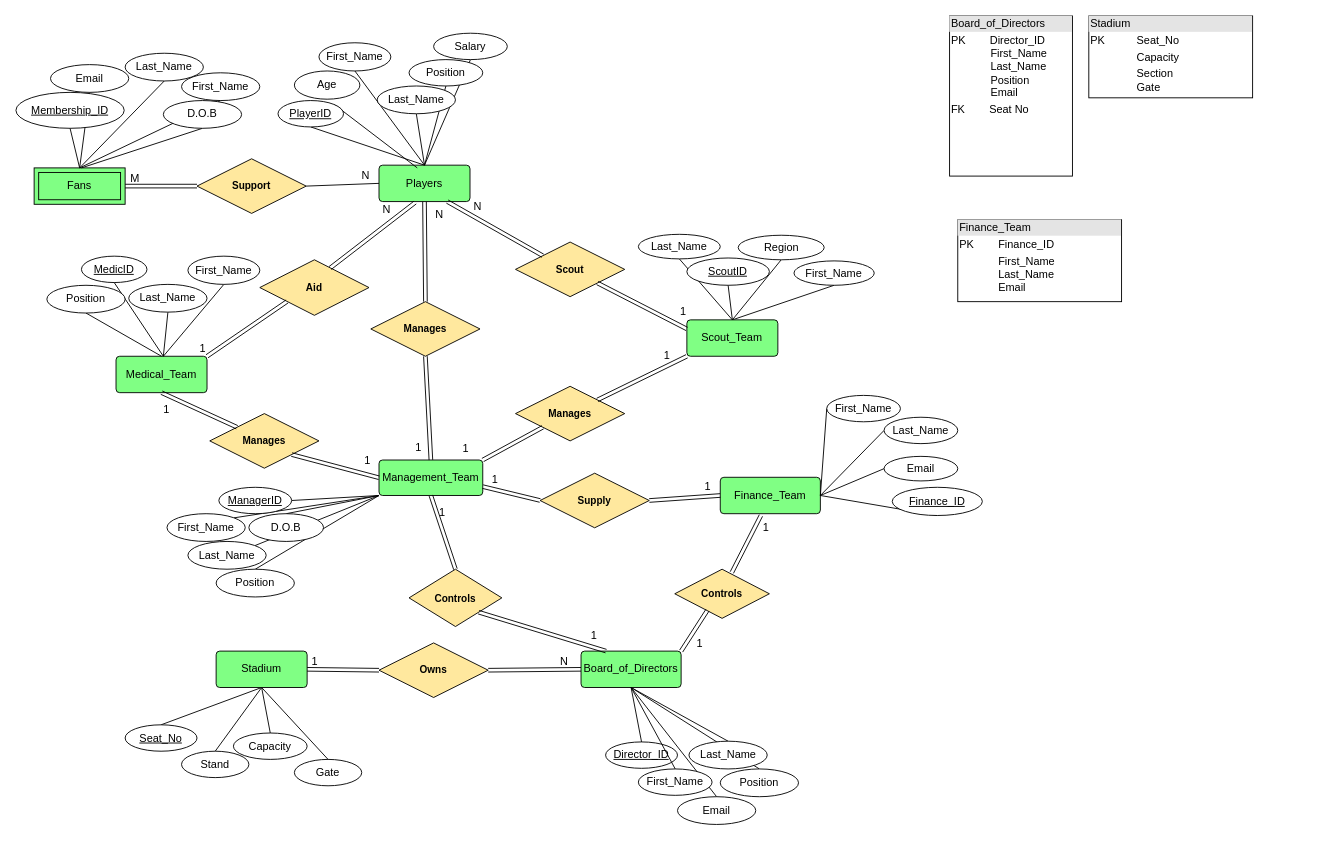
Before: ERDiagramupdated.drawio in Smithg8/Databases, a draw.io diagram. Source tidied: cells renumbered, new cells numbered last; positions are measured from the earlier drawing's top-left corner, leaving out a move shared by most shapes. Both pictures are drawn from the tidied source at 91%, with x=0, y=0 at pixel (15, 15).
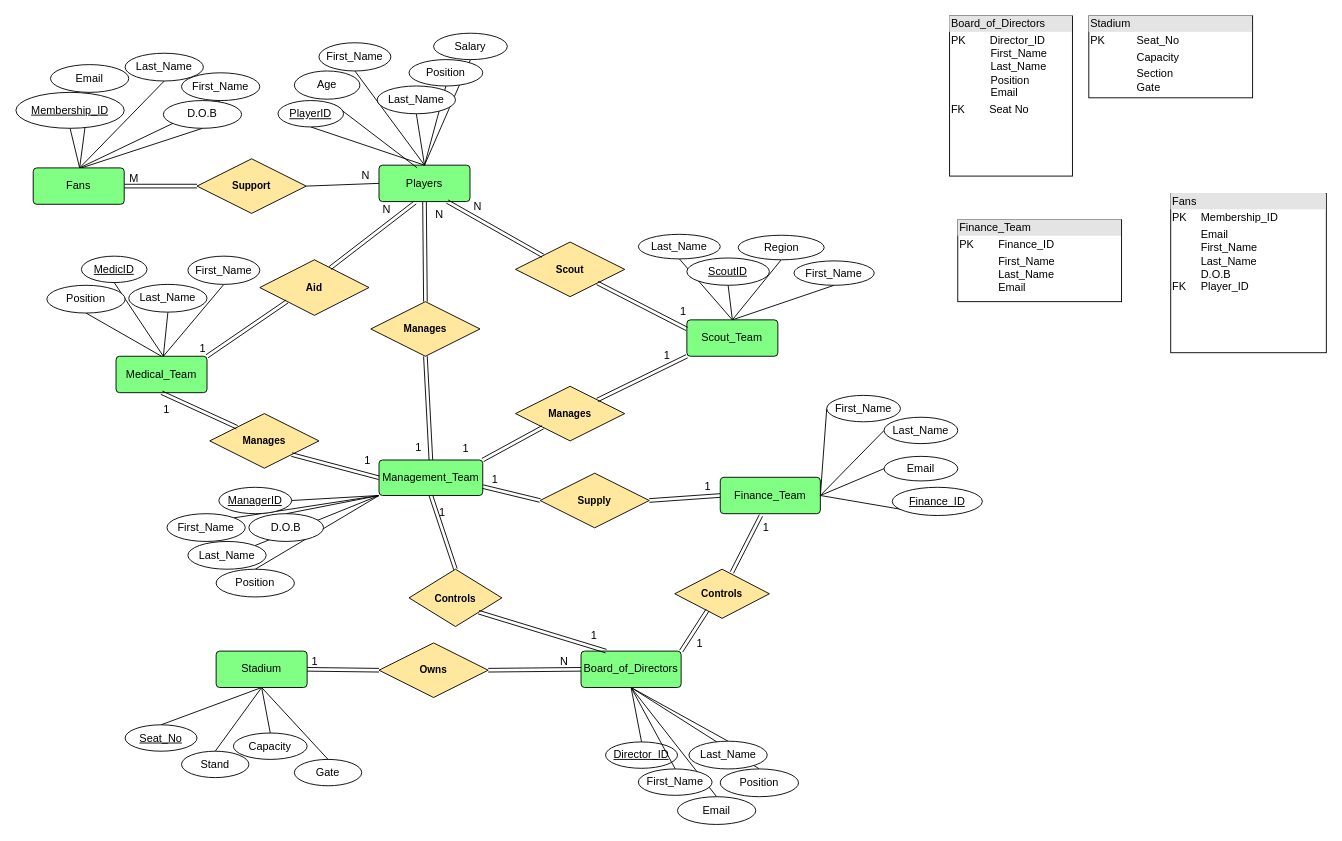
The same diagram, later.

Unchanged cells that the change refers to:
```xml
<mxCell id="47" value="Email" style="ellipse;whiteSpace=wrap;html=1;align=center;" parent="1" vertex="1">
  <mxGeometry x="38" y="53.5" width="86" height="30.5" as="geometry" />
</mxCell>
<mxCell id="49" value="Last_Name" style="ellipse;whiteSpace=wrap;html=1;align=center;" parent="1" vertex="1">
  <mxGeometry x="120" y="41" width="86" height="30.5" as="geometry" />
</mxCell>
<mxCell id="51" value="First_Name" style="ellipse;whiteSpace=wrap;html=1;align=center;" parent="1" vertex="1">
  <mxGeometry x="182" y="62.5" width="86" height="30.5" as="geometry" />
</mxCell>
<mxCell id="54" value="Membership_ID" style="ellipse;whiteSpace=wrap;html=1;align=center;fontStyle=4;" parent="1" vertex="1">
  <mxGeometry y="84" width="119" height="39.5" as="geometry" />
</mxCell>
<mxCell id="91" value="Support" style="shape=rhombus;perimeter=rhombusPerimeter;whiteSpace=wrap;html=1;align=center;fontFamily=Helvetica;fontSize=11;fontColor=default;fillColor=#FFE89E;fontStyle=1;" parent="1" vertex="1">
  <mxGeometry x="199" y="157" width="120" height="60" as="geometry" />
</mxCell>
```

What changed in the source:
```diff
@@
-    <mxCell id="19" style="edgeStyle=none;shape=connector;rounded=0;jettySize=auto;html=1;exitX=0.5;exitY=0;exitDx=0;exitDy=0;labelBackgroundColor=default;strokeColor=default;align=center;verticalAlign=middle;fontFamily=Helvetica;fontSize=11;fontColor=default;endArrow=none;endFill=0;entryX=0.5;entryY=1;entryDx=0;entryDy=0;" parent="1" edge="1" source="20" target="54">
-      <mxGeometry relative="1" as="geometry" />
+    <mxCell id="19" style="edgeStyle=none;shape=connector;rounded=0;jettySize=auto;html=1;exitX=0.5;exitY=0;exitDx=0;exitDy=0;labelBackgroundColor=default;strokeColor=default;align=center;verticalAlign=middle;fontFamily=Helvetica;fontSize=11;fontColor=default;endArrow=none;endFill=0;entryX=0.5;entryY=1;entryDx=0;entryDy=0;" parent="1" edge="1" target="54">
+      <mxGeometry relative="1" as="geometry">
+        <mxPoint x="70" y="167" as="sourcePoint" />
+      </mxGeometry>
     </mxCell>
-    <mxCell id="20" value="Fans" style="shape=ext;margin=3;double=1;whiteSpace=wrap;html=1;align=center;shadow=0;fillColor=#80FF84;" parent="1" vertex="1">
-      <mxGeometry x="20" y="167" width="100" height="40" as="geometry" />
-    </mxCell>
@@
-    <mxCell id="46" style="edgeStyle=none;shape=connector;rounded=0;jettySize=auto;html=1;exitX=0.5;exitY=1;exitDx=0;exitDy=0;entryX=0.5;entryY=0;entryDx=0;entryDy=0;labelBackgroundColor=default;strokeColor=default;align=center;verticalAlign=middle;fontFamily=Helvetica;fontSize=11;fontColor=default;endArrow=none;endFill=0;" parent="1" edge="1" source="47" target="20">
-      <mxGeometry relative="1" as="geometry" />
+    <mxCell id="46" style="edgeStyle=none;shape=connector;rounded=0;jettySize=auto;html=1;exitX=0.5;exitY=1;exitDx=0;exitDy=0;entryX=0.5;entryY=0;entryDx=0;entryDy=0;labelBackgroundColor=default;strokeColor=default;align=center;verticalAlign=middle;fontFamily=Helvetica;fontSize=11;fontColor=default;endArrow=none;endFill=0;" parent="1" edge="1" source="47">
+      <mxGeometry relative="1" as="geometry">
+        <mxPoint x="70" y="167" as="targetPoint" />
+      </mxGeometry>
     </mxCell>
@@
-    <mxCell id="48" style="edgeStyle=none;shape=connector;rounded=0;jettySize=auto;html=1;exitX=0.5;exitY=1;exitDx=0;exitDy=0;entryX=0.5;entryY=0;entryDx=0;entryDy=0;labelBackgroundColor=default;strokeColor=default;align=center;verticalAlign=middle;fontFamily=Helvetica;fontSize=11;fontColor=default;endArrow=none;endFill=0;" parent="1" edge="1" source="49" target="20">
-      <mxGeometry relative="1" as="geometry" />
+    <mxCell id="48" style="edgeStyle=none;shape=connector;rounded=0;jettySize=auto;html=1;exitX=0.5;exitY=1;exitDx=0;exitDy=0;entryX=0.5;entryY=0;entryDx=0;entryDy=0;labelBackgroundColor=default;strokeColor=default;align=center;verticalAlign=middle;fontFamily=Helvetica;fontSize=11;fontColor=default;endArrow=none;endFill=0;" parent="1" edge="1" source="49">
+      <mxGeometry relative="1" as="geometry">
+        <mxPoint x="70" y="167" as="targetPoint" />
+      </mxGeometry>
     </mxCell>
@@
-    <mxCell id="50" style="edgeStyle=none;shape=connector;rounded=0;jettySize=auto;html=1;exitX=0.5;exitY=1;exitDx=0;exitDy=0;entryX=0.5;entryY=0;entryDx=0;entryDy=0;labelBackgroundColor=default;strokeColor=default;align=center;verticalAlign=middle;fontFamily=Helvetica;fontSize=11;fontColor=default;endArrow=none;endFill=0;" parent="1" edge="1" source="51" target="20">
-      <mxGeometry relative="1" as="geometry" />
+    <mxCell id="50" style="edgeStyle=none;shape=connector;rounded=0;jettySize=auto;html=1;exitX=0.5;exitY=1;exitDx=0;exitDy=0;entryX=0.5;entryY=0;entryDx=0;entryDy=0;labelBackgroundColor=default;strokeColor=default;align=center;verticalAlign=middle;fontFamily=Helvetica;fontSize=11;fontColor=default;endArrow=none;endFill=0;" parent="1" edge="1" source="51">
+      <mxGeometry relative="1" as="geometry">
+        <mxPoint x="70" y="167" as="targetPoint" />
+      </mxGeometry>
     </mxCell>
@@
-    <mxCell id="89" style="shape=link;html=1;rounded=0;exitX=1;exitY=0.5;exitDx=0;exitDy=0;entryX=0;entryY=0.5;entryDx=0;entryDy=0;" parent="1" edge="1" source="20" target="91">
+    <mxCell id="89" style="shape=link;html=1;rounded=0;entryX=0;entryY=0.5;entryDx=0;entryDy=0;exitX=1;exitY=0.5;exitDx=0;exitDy=0;" parent="1" edge="1" source="20" target="91">
       <mxGeometry relative="1" as="geometry" />
     </mxCell>
@@
+    <mxCell id="137" value="&lt;div style=&quot;box-sizing:border-box;width:100%;background:#e4e4e4;padding:2px;&quot;&gt;Fans&lt;/div&gt;&lt;table style=&quot;width:100%;font-size:1em;&quot; cellpadding=&quot;2&quot; cellspacing=&quot;0&quot;&gt;&lt;tbody&gt;&lt;tr&gt;&lt;td&gt;PK&lt;/td&gt;&lt;td&gt;Membership_ID&lt;br&gt;&lt;/td&gt;&lt;/tr&gt;&lt;tr&gt;&lt;td&gt;FK&lt;/td&gt;&lt;td&gt;Email&lt;br&gt;First_Name&lt;br&gt;Last_Name&lt;br&gt;D.O.B&lt;br&gt;Player_ID&lt;br&gt;&lt;br&gt;&lt;br&gt;&lt;br&gt;&lt;br&gt;&lt;/td&gt;&lt;/tr&gt;&lt;/tbody&gt;&lt;/table&gt;" style="verticalAlign=top;align=left;overflow=fill;html=1;whiteSpace=wrap;" parent="1" vertex="1">
+      <mxGeometry x="1269" y="195.1" width="171" height="175" as="geometry" />
+    </mxCell>
+    <mxCell id="20" value="Fans" style="rounded=1;arcSize=10;whiteSpace=wrap;html=1;align=center;fillColor=#80FF84;" parent="1" vertex="1">
+      <mxGeometry x="19" y="167" width="100" height="40" as="geometry" />
+    </mxCell>
```
